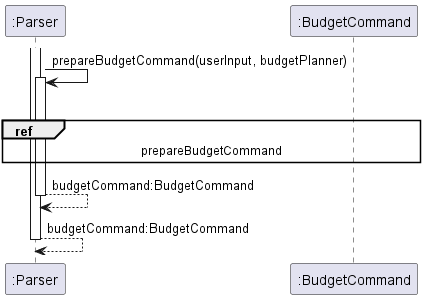
nus-cs2113-AY2223S2/tp keeps this PlantUML diagram as docs/diagrams/remove/budgetParser.png. Above is the earlier version.
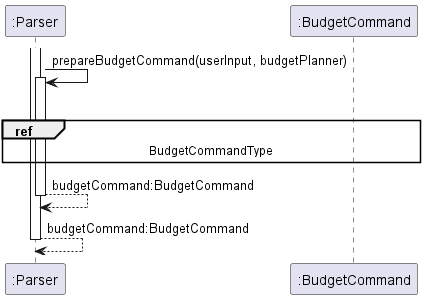
After the commit.

Commit message:
Update Budget Diagrams in Parser

Change to the diagram source:
```diff
@@ -4,7 +4,7 @@
 ":Parser" -> ":Parser":prepareBudgetCommand(userInput, budgetPlanner)
 activate ":Parser"
 ref over ":Parser", ":BudgetCommand"
-prepareBudgetCommand
+BudgetCommandType
 end
 deactivate ":BudgetCommand"
 ":Parser" --> ":Parser" :budgetCommand:BudgetCommand
```
